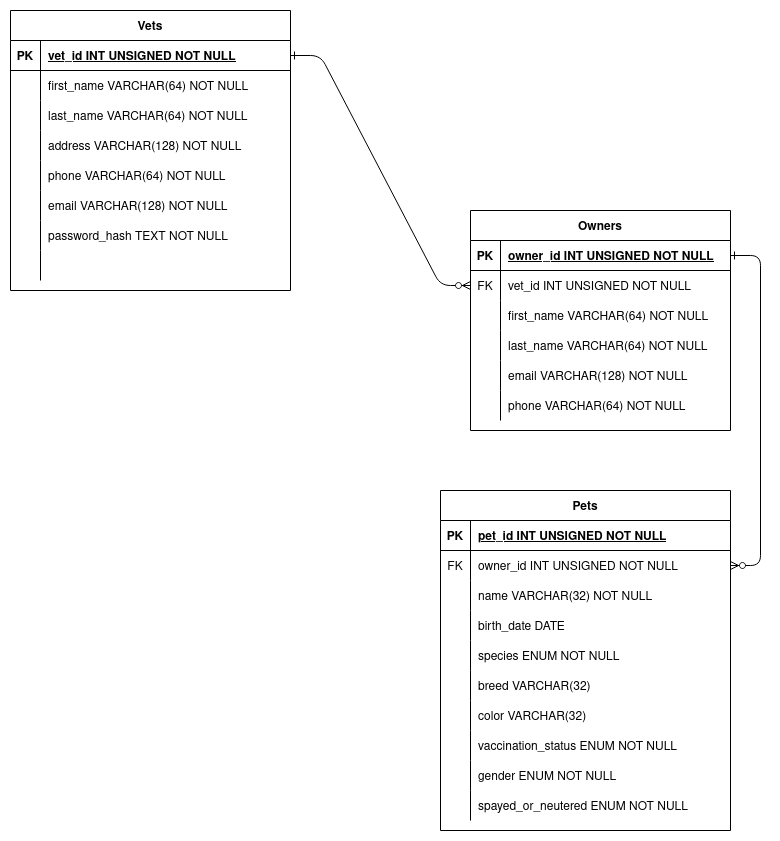
Earlier version of the draw.io export vetter-entity-relationship-diagram.drawio.png (rafaelalma/vetter-client). Source tidied: cells renumbered, new cells last; positions are measured from the earlier drawing's top-left corner, leaving out a move shared by most shapes.
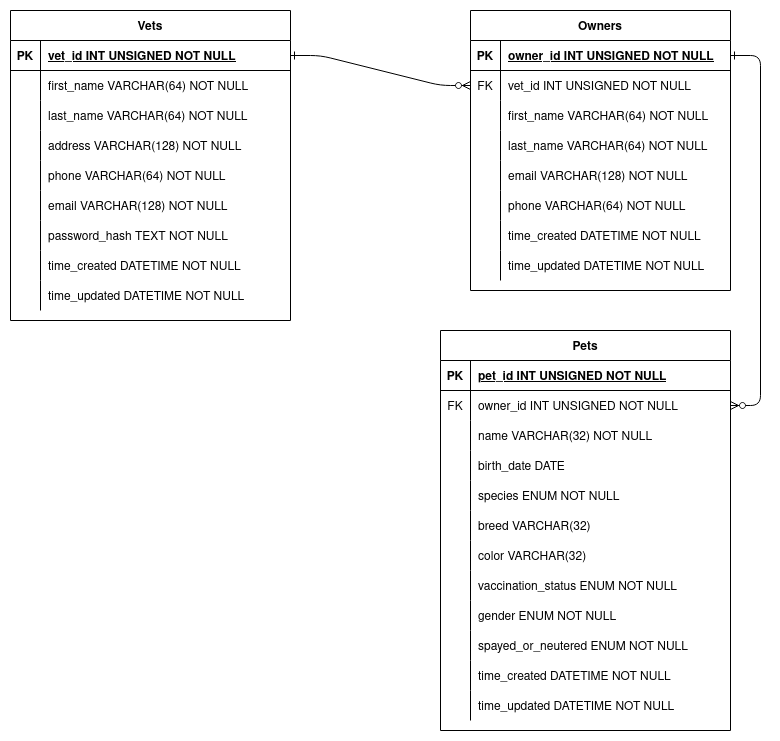
After the change.

Commit message:
Update Entity Relationship Diagram image

Change to the diagram source:
```diff
@@ -9,7 +9,7 @@
       <mxGeometry relative="1" as="geometry" />
     </mxCell>
     <mxCell id="4" value="Owners" style="shape=table;startSize=30;rowLines=0;fontStyle=1;align=center;" parent="1" vertex="1">
-      <mxGeometry x="460" y="200" width="260" height="220" as="geometry" />
+      <mxGeometry x="460" width="260" height="280" as="geometry" />
     </mxCell>
     <mxCell id="5" style="shape=partialRectangle;fillColor=none;points=[[0,0.5],[1,0.5]];portConstraint=eastwest;top=0;left=0;right=0;bottom=1;" parent="4" vertex="1">
       <mxGeometry y="30" width="260" height="30" as="geometry" />
@@ -65,8 +65,26 @@
     <mxCell id="22" value="phone VARCHAR(64) NOT NULL" style="shape=partialRectangle;overflow=hidden;fillColor=none;top=0;left=0;bottom=0;right=0;align=left;spacingLeft=6;" parent="20" vertex="1">
       <mxGeometry x="30" width="230" height="30" as="geometry" />
     </mxCell>
+    <mxCell id="79" style="shape=partialRectangle;fillColor=none;top=0;left=0;right=0;bottom=0;" parent="4" vertex="1">
+      <mxGeometry y="210" width="260" height="30" as="geometry" />
+    </mxCell>
+    <mxCell id="80" style="shape=partialRectangle;overflow=hidden;fillColor=none;top=0;left=0;bottom=0;right=0;" parent="79" vertex="1">
+      <mxGeometry width="30" height="30" as="geometry" />
+    </mxCell>
+    <mxCell id="81" value="time_created DATETIME NOT NULL" style="shape=partialRectangle;overflow=hidden;fillColor=none;top=0;left=0;bottom=0;right=0;align=left;spacingLeft=6;" parent="79" vertex="1">
+      <mxGeometry x="30" width="230" height="30" as="geometry" />
+    </mxCell>
+    <mxCell id="82" style="shape=partialRectangle;fillColor=none;top=0;left=0;right=0;bottom=0;" parent="4" vertex="1">
+      <mxGeometry y="240" width="260" height="30" as="geometry" />
+    </mxCell>
+    <mxCell id="83" style="shape=partialRectangle;overflow=hidden;fillColor=none;top=0;left=0;bottom=0;right=0;" parent="82" vertex="1">
+      <mxGeometry width="30" height="30" as="geometry" />
+    </mxCell>
+    <mxCell id="84" value="time_updated DATETIME NOT NULL" style="shape=partialRectangle;overflow=hidden;fillColor=none;top=0;left=0;bottom=0;right=0;align=left;spacingLeft=6;" parent="82" vertex="1">
+      <mxGeometry x="30" width="230" height="30" as="geometry" />
+    </mxCell>
     <mxCell id="23" value="Pets" style="shape=table;startSize=30;rowLines=0;fontStyle=1;align=center;" parent="1" vertex="1">
-      <mxGeometry x="430" y="480" width="290" height="340" as="geometry" />
+      <mxGeometry x="430" y="320" width="290" height="400" as="geometry" />
     </mxCell>
     <mxCell id="24" style="shape=partialRectangle;fillColor=none;top=0;left=0;right=0;bottom=1;" parent="23" vertex="1">
       <mxGeometry y="30" width="290" height="30" as="geometry" />
@@ -158,8 +176,26 @@
     <mxCell id="53" value="spayed_or_neutered ENUM NOT NULL" style="shape=partialRectangle;overflow=hidden;fillColor=none;top=0;left=0;bottom=0;right=0;align=left;spacingLeft=6;" parent="51" vertex="1">
       <mxGeometry x="30" width="260" height="30" as="geometry" />
     </mxCell>
+    <mxCell id="85" style="shape=partialRectangle;fillColor=none;top=0;left=0;right=0;bottom=0;" parent="23" vertex="1">
+      <mxGeometry y="330" width="290" height="30" as="geometry" />
+    </mxCell>
+    <mxCell id="86" style="shape=partialRectangle;overflow=hidden;fillColor=none;top=0;left=0;bottom=0;right=0;" parent="85" vertex="1">
+      <mxGeometry width="30" height="30" as="geometry" />
+    </mxCell>
+    <mxCell id="87" value="time_created DATETIME NOT NULL" style="shape=partialRectangle;overflow=hidden;fillColor=none;top=0;left=0;bottom=0;right=0;align=left;spacingLeft=6;" parent="85" vertex="1">
+      <mxGeometry x="30" width="260" height="30" as="geometry" />
+    </mxCell>
+    <mxCell id="88" style="shape=partialRectangle;fillColor=none;top=0;left=0;right=0;bottom=0;" parent="23" vertex="1">
+      <mxGeometry y="360" width="290" height="30" as="geometry" />
+    </mxCell>
+    <mxCell id="89" style="shape=partialRectangle;overflow=hidden;fillColor=none;top=0;left=0;bottom=0;right=0;" parent="88" vertex="1">
+      <mxGeometry width="30" height="30" as="geometry" />
+    </mxCell>
+    <mxCell id="90" value="time_updated DATETIME NOT NULL" style="shape=partialRectangle;overflow=hidden;fillColor=none;top=0;left=0;bottom=0;right=0;align=left;spacingLeft=6;" parent="88" vertex="1">
+      <mxGeometry x="30" width="260" height="30" as="geometry" />
+    </mxCell>
     <mxCell id="54" value="Vets" style="shape=table;startSize=30;rowLines=0;fontStyle=1;align=center;" parent="1" vertex="1">
-      <mxGeometry width="280" height="280" as="geometry" />
+      <mxGeometry width="280" height="310" as="geometry" />
     </mxCell>
     <mxCell id="55" style="shape=partialRectangle;fillColor=none;points=[[0,0.5],[1,0.5]];portConstraint=eastwest;top=0;left=0;right=0;bottom=1;" parent="54" vertex="1">
       <mxGeometry y="30" width="280" height="30" as="geometry" />
@@ -230,8 +266,17 @@
     <mxCell id="77" style="shape=partialRectangle;overflow=hidden;fillColor=none;top=0;left=0;bottom=0;right=0;" parent="76" vertex="1">
       <mxGeometry width="30" height="30" as="geometry" />
     </mxCell>
-    <mxCell id="78" style="shape=partialRectangle;overflow=hidden;fillColor=none;top=0;left=0;bottom=0;right=0;align=left;spacingLeft=6;" parent="76" vertex="1">
+    <mxCell id="78" value="time_created DATETIME NOT NULL" style="shape=partialRectangle;overflow=hidden;fillColor=none;top=0;left=0;bottom=0;right=0;align=left;spacingLeft=6;" parent="76" vertex="1">
       <mxGeometry x="30" width="250" height="30" as="geometry" />
     </mxCell>
+    <mxCell id="91" style="shape=partialRectangle;fillColor=none;top=0;left=0;right=0;bottom=0;" parent="54" vertex="1">
+      <mxGeometry y="270" width="280" height="30" as="geometry" />
+    </mxCell>
+    <mxCell id="92" style="shape=partialRectangle;overflow=hidden;fillColor=none;top=0;left=0;bottom=0;right=0;" parent="91" vertex="1">
+      <mxGeometry width="30" height="30" as="geometry" />
+    </mxCell>
+    <mxCell id="93" value="time_updated DATETIME NOT NULL" style="shape=partialRectangle;overflow=hidden;fillColor=none;top=0;left=0;bottom=0;right=0;align=left;spacingLeft=6;" parent="91" vertex="1">
+      <mxGeometry x="30" width="250" height="30" as="geometry" />
+    </mxCell>
   </root>
 </mxGraphModel>
```
